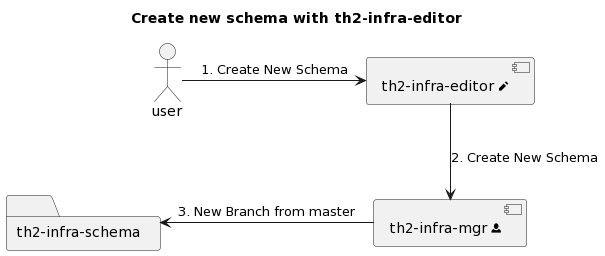
The PlantUML diagram static/img/fundamentals/infra/new-schema.png in th2-net/th2-docs, before a commit. The source it was exported from:
```plantuml
@startuml
title Create new schema with th2-infra-editor

[th2-infra-editor <&pencil>] as editor
[th2-infra-mgr <&person>] as mgr
folder schema [
th2-infra-schema
]
actor user

user -r-> editor: 1. Create New Schema
editor --> mgr: 2. Create New Schema
mgr -l-> schema: 3. New Branch from master
@enduml
```
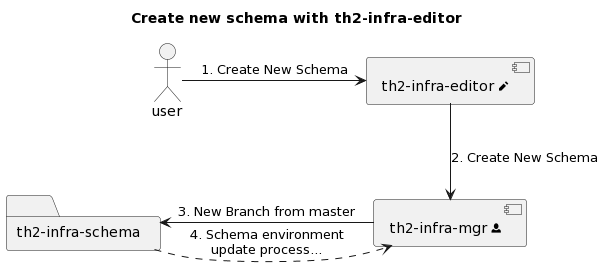
Later version of the same file.

Commit message:
[DO-244] Continuation for create schema process

What changed in the source:
```diff
@@ -11,4 +11,5 @@
 user -r-> editor: 1. Create New Schema
 editor --> mgr: 2. Create New Schema
 mgr -l-> schema: 3. New Branch from master
+schema .r.> mgr: 4. Schema environment\nupdate process...
 @enduml
```
